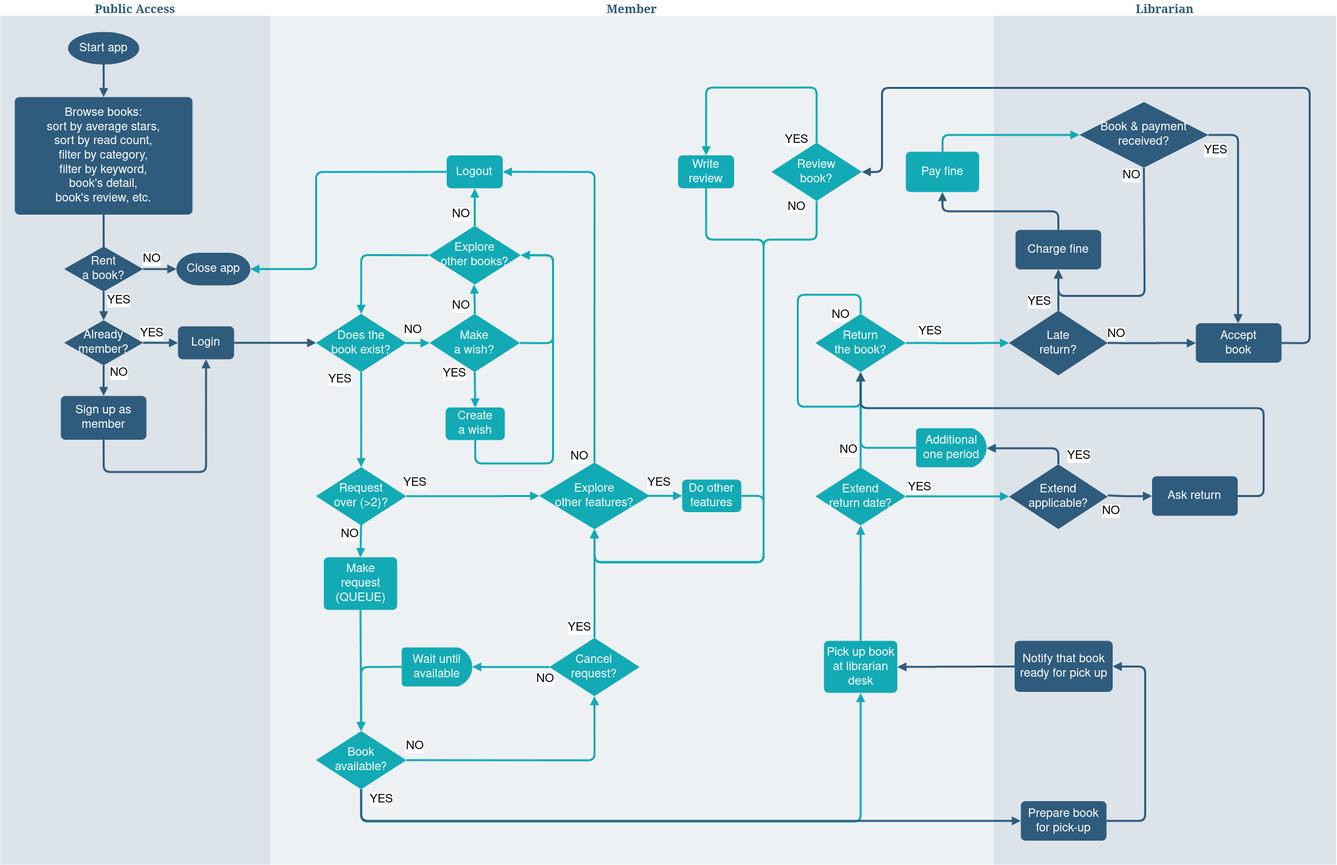
The draw.io diagram flowchart.png in bagusbpg/public-library, before a commit. Source tidied: cells renumbered, new cells last; positions are measured from the earlier drawing's top-left corner, leaving out a move shared by most shapes.
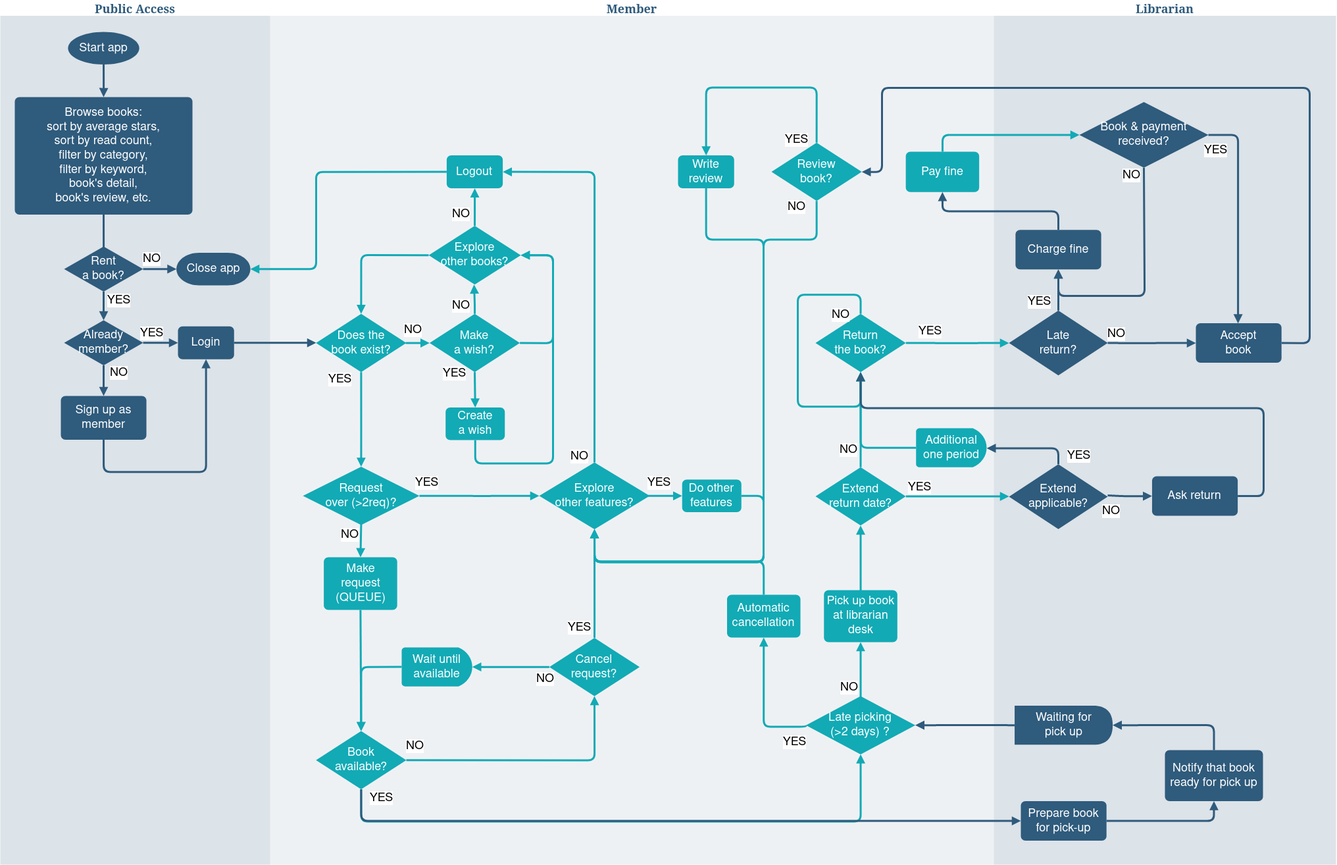
Later version of the same file.

Commit message:
request use case

Diff of the diagram source:
```diff
@@ -9,15 +9,10 @@
       <mxGeometry x="41" y="1216" width="130.2" height="60" as="geometry" />
     </mxCell>
     <mxCell id="4" value="&lt;div&gt;&lt;font style=&quot;font-size: 18px&quot;&gt;Notify that book ready for pick up&lt;br&gt;&lt;/font&gt;&lt;/div&gt;" style="rounded=1;whiteSpace=wrap;html=1;absoluteArcSize=1;arcSize=14;strokeWidth=2;shadow=0;fontFamily=Helvetica;fontSize=12;fontColor=#FFFFFF;align=center;strokeColor=none;fillColor=#2f5b7c;" parent="2" vertex="1">
-      <mxGeometry x="31.6" y="972.6" width="149" height="77.5" as="geometry" />
+      <mxGeometry x="260" y="1138.5" width="149" height="77.5" as="geometry" />
     </mxCell>
-    <mxCell id="5" style="edgeStyle=segmentEdgeStyle;strokeColor=#2F5B7C;strokeWidth=3;html=1;endArrow=block;endFill=1;exitX=1;exitY=0.5;exitDx=0;exitDy=0;entryX=1;entryY=0.5;entryDx=0;entryDy=0;" parent="2" edge="1" source="3" target="4">
-      <mxGeometry x="0.78" y="74" relative="1" as="geometry">
-        <Array as="points">
-          <mxPoint x="230" y="1246" />
-          <mxPoint x="230" y="1011" />
-        </Array>
-      </mxGeometry>
+    <mxCell id="5" style="edgeStyle=segmentEdgeStyle;strokeColor=#2F5B7C;strokeWidth=3;html=1;endArrow=block;endFill=1;exitX=1;exitY=0.5;exitDx=0;exitDy=0;entryX=0.5;entryY=1;entryDx=0;entryDy=0;" parent="2" edge="1" source="3" target="4">
+      <mxGeometry x="0.78" y="74" relative="1" as="geometry" />
     </mxCell>
     <mxCell id="6" value="&lt;font style=&quot;font-size: 18px&quot;&gt;Book &amp;amp; payment&lt;br&gt;received?&lt;br&gt;&lt;/font&gt;" style="strokeWidth=2;html=1;shape=mxgraph.flowchart.decision;whiteSpace=wrap;shadow=0;fontFamily=Helvetica;fontSize=12;fontColor=#FFFFFF;align=center;strokeColor=none;fillColor=#2f5b7c;" parent="2" vertex="1">
       <mxGeometry x="130" y="154.1" width="196" height="99.8" as="geometry" />
@@ -43,6 +38,16 @@
         </Array>
       </mxGeometry>
     </mxCell>
+    <mxCell id="91" value="&lt;div&gt;&lt;font style=&quot;font-size: 18px&quot;&gt;Waiting for&lt;br&gt;pick up&lt;br&gt;&lt;/font&gt;&lt;/div&gt;" style="shape=delay;whiteSpace=wrap;html=1;shadow=0;fontFamily=Helvetica;fontSize=12;fontColor=#FFFFFF;align=center;strokeColor=none;strokeWidth=2;fillColor=#2f5b7c;" parent="2" vertex="1">
+      <mxGeometry x="31.6" y="1070.9" width="149" height="59.4" as="geometry" />
+    </mxCell>
+    <mxCell id="92" style="edgeStyle=segmentEdgeStyle;strokeColor=#2F5B7C;strokeWidth=3;html=1;endArrow=block;endFill=1;exitX=0.5;exitY=0;exitDx=0;exitDy=0;entryX=1;entryY=0.5;entryDx=0;entryDy=0;" parent="2" edge="1" source="4" target="91">
+      <mxGeometry x="0.78" y="74" relative="1" as="geometry">
+        <Array as="points">
+          <mxPoint x="335" y="1101" />
+        </Array>
+      </mxGeometry>
+    </mxCell>
     <mxCell id="11" value="&lt;font style=&quot;font-size: 18px&quot;&gt;Public Access&lt;br&gt;&lt;/font&gt;" style="swimlane;whiteSpace=wrap;fillColor=none;swimlaneFillColor=#BAC8D3;fontColor=#2F5B7C;fontFamily=Tahoma;html=1;strokeColor=none;opacity=50;" parent="1" vertex="1">
       <mxGeometry y="-0.5" width="410" height="1312.5" as="geometry" />
     </mxCell>
@@ -130,8 +135,8 @@
         </Array>
       </mxGeometry>
     </mxCell>
-    <mxCell id="30" value="&lt;font style=&quot;font-size: 18px&quot;&gt;Request&lt;br&gt;over (&amp;gt;2)?&lt;br&gt;&lt;/font&gt;" style="strokeWidth=2;html=1;shape=mxgraph.flowchart.decision;whiteSpace=wrap;shadow=0;fontFamily=Helvetica;fontSize=12;fontColor=#FFFFFF;align=center;strokeColor=none;fillColor=#12aab5;" parent="26" vertex="1">
-      <mxGeometry x="69.8" y="708.6" width="137.2" height="88.5" as="geometry" />
+    <mxCell id="30" value="&lt;font style=&quot;font-size: 18px&quot;&gt;Request&lt;br&gt;over (&amp;gt;2req)?&lt;br&gt;&lt;/font&gt;" style="strokeWidth=2;html=1;shape=mxgraph.flowchart.decision;whiteSpace=wrap;shadow=0;fontFamily=Helvetica;fontSize=12;fontColor=#FFFFFF;align=center;strokeColor=none;fillColor=#12aab5;" parent="26" vertex="1">
+      <mxGeometry x="49.9" y="708" width="177" height="88.5" as="geometry" />
     </mxCell>
     <mxCell id="31" value="&lt;font style=&quot;font-size: 18px&quot;&gt;Does the&lt;br&gt;book exist?&lt;br&gt;&lt;/font&gt;" style="strokeWidth=2;html=1;shape=mxgraph.flowchart.decision;whiteSpace=wrap;shadow=0;fontFamily=Helvetica;fontSize=12;fontColor=#FFFFFF;align=center;strokeColor=none;fillColor=#12aab5;" parent="26" vertex="1">
       <mxGeometry x="69.8" y="475.8" width="137.2" height="88.5" as="geometry" />
@@ -183,7 +188,7 @@
         </Array>
       </mxGeometry>
     </mxCell>
-    <mxCell id="43" value="&lt;font style=&quot;font-size: 18px&quot;&gt;YES&lt;/font&gt;" style="edgeStyle=segmentEdgeStyle;strokeColor=#12AAB5;strokeWidth=3;html=1;endArrow=block;endFill=1;entryX=0.5;entryY=1;entryDx=0;entryDy=0;exitX=0.5;exitY=1;exitDx=0;exitDy=0;exitPerimeter=0;" parent="26" edge="1" source="39" target="58">
+    <mxCell id="43" value="&lt;font style=&quot;font-size: 18px&quot;&gt;YES&lt;/font&gt;" style="edgeStyle=segmentEdgeStyle;strokeColor=#12AAB5;strokeWidth=3;html=1;endArrow=block;endFill=1;entryX=0.5;entryY=1;entryDx=0;entryDy=0;exitX=0.5;exitY=1;exitDx=0;exitDy=0;exitPerimeter=0;entryPerimeter=0;" parent="26" edge="1" source="39" target="93">
       <mxGeometry x="-0.97" y="31" relative="1" as="geometry">
         <Array as="points">
           <mxPoint x="138" y="1247" />
@@ -268,7 +273,7 @@
       </mxGeometry>
     </mxCell>
     <mxCell id="58" value="&lt;font style=&quot;font-size: 18px&quot;&gt;Pick up book at librarian desk&lt;br&gt;&lt;/font&gt;" style="rounded=1;whiteSpace=wrap;html=1;absoluteArcSize=1;arcSize=14;strokeWidth=2;shadow=0;fontFamily=Helvetica;fontSize=12;fontColor=#FFFFFF;align=center;strokeColor=none;fillColor=#12aab5;" parent="26" vertex="1">
-      <mxGeometry x="841.8" y="972.6" width="111.5" height="79" as="geometry" />
+      <mxGeometry x="841.8" y="895.4" width="111.5" height="79" as="geometry" />
     </mxCell>
     <mxCell id="59" value="&lt;font style=&quot;font-size: 18px&quot;&gt;NO&lt;/font&gt;" style="edgeStyle=segmentEdgeStyle;strokeColor=#12AAB5;strokeWidth=3;html=1;endArrow=block;endFill=1;entryX=1;entryY=0.5;entryDx=0;entryDy=0;exitX=0;exitY=0.5;exitDx=0;exitDy=0;exitPerimeter=0;entryPerimeter=0;" parent="26" edge="1" source="37" target="38">
       <mxGeometry x="-0.87" y="18" relative="1" as="geometry" />
@@ -276,8 +281,8 @@
     <mxCell id="60" style="edgeStyle=segmentEdgeStyle;strokeColor=#12AAB5;strokeWidth=3;html=1;endArrow=block;endFill=1;entryX=0.5;entryY=1;entryDx=0;entryDy=0;entryPerimeter=0;exitX=0.5;exitY=0;exitDx=0;exitDy=0;" parent="26" edge="1" source="58" target="51">
       <mxGeometry x="-0.63" y="19" relative="1" as="geometry">
         <Array as="points">
-          <mxPoint x="896" y="861.3" />
-          <mxPoint x="896" y="861.3" />
+          <mxPoint x="898" y="912" />
+          <mxPoint x="898" y="912" />
         </Array>
       </mxGeometry>
     </mxCell>
@@ -415,11 +420,41 @@
         <Array as="points">
           <mxPoint x="663" y="363" />
           <mxPoint x="750" y="363" />
-          <mxPoint x="750" y="853" />
-          <mxPoint x="493" y="853" />
+          <mxPoint x="750" y="852" />
+          <mxPoint x="493" y="852" />
         </Array>
       </mxGeometry>
     </mxCell>
+    <mxCell id="93" value="&lt;font style=&quot;font-size: 18px&quot;&gt;Late picking&lt;br&gt;(&amp;gt;2 days) ?&lt;br&gt;&lt;/font&gt;" style="strokeWidth=2;html=1;shape=mxgraph.flowchart.decision;whiteSpace=wrap;shadow=0;fontFamily=Helvetica;fontSize=12;fontColor=#FFFFFF;align=center;strokeColor=none;fillColor=#12aab5;" parent="26" vertex="1">
+      <mxGeometry x="814.4" y="1056.4" width="166.1" height="88.5" as="geometry" />
+    </mxCell>
+    <mxCell id="94" value="&lt;font style=&quot;font-size: 18px&quot;&gt;NO&lt;/font&gt;" style="edgeStyle=segmentEdgeStyle;strokeColor=#12AAB5;strokeWidth=3;html=1;endArrow=block;endFill=1;entryX=0.5;entryY=1;entryDx=0;entryDy=0;exitX=0.5;exitY=0;exitDx=0;exitDy=0;exitPerimeter=0;" parent="26" edge="1" source="93" target="58">
+      <mxGeometry x="0.12" y="18" relative="1" as="geometry">
+        <Array as="points">
+          <mxPoint x="897" y="1093" />
+          <mxPoint x="897" y="1093" />
+        </Array>
+      </mxGeometry>
+    </mxCell>
+    <mxCell id="95" value="&lt;font style=&quot;font-size: 18px&quot;&gt;Automatic cancellation&lt;br&gt;&lt;/font&gt;" style="rounded=1;whiteSpace=wrap;html=1;absoluteArcSize=1;arcSize=14;strokeWidth=2;shadow=0;fontFamily=Helvetica;fontSize=12;fontColor=#FFFFFF;align=center;strokeColor=none;fillColor=#12aab5;" parent="26" vertex="1">
+      <mxGeometry x="694.5" y="902.5" width="111.5" height="64.9" as="geometry" />
+    </mxCell>
+    <mxCell id="96" value="&lt;font style=&quot;font-size: 18px&quot;&gt;YES&lt;/font&gt;" style="edgeStyle=segmentEdgeStyle;strokeColor=#12AAB5;strokeWidth=3;html=1;endArrow=block;endFill=1;exitX=0;exitY=0.5;exitDx=0;exitDy=0;entryX=0.5;entryY=1;entryDx=0;entryDy=0;exitPerimeter=0;" parent="26" edge="1" source="93" target="95">
+      <mxGeometry x="-0.81" y="23" relative="1" as="geometry">
+        <Array as="points">
+          <mxPoint x="814" y="1103" />
+          <mxPoint x="750" y="1103" />
+        </Array>
+      </mxGeometry>
+    </mxCell>
+    <mxCell id="97" style="edgeStyle=segmentEdgeStyle;strokeColor=#12AAB5;strokeWidth=3;html=1;endArrow=block;endFill=1;entryX=0.5;entryY=1;entryDx=0;entryDy=0;entryPerimeter=0;exitX=0.5;exitY=0;exitDx=0;exitDy=0;" parent="26" edge="1" source="95" target="67">
+      <mxGeometry x="-0.63" y="19" relative="1" as="geometry">
+        <Array as="points">
+          <mxPoint x="750" y="852" />
+          <mxPoint x="493" y="852" />
+        </Array>
+      </mxGeometry>
+    </mxCell>
     <mxCell id="82" style="edgeStyle=segmentEdgeStyle;strokeColor=#2F5B7C;strokeWidth=3;html=1;endArrow=block;endFill=1;exitX=1;exitY=0.5;exitDx=0;exitDy=0;entryX=0;entryY=0.5;entryDx=0;entryDy=0;entryPerimeter=0;" parent="1" edge="1" source="21" target="31">
       <mxGeometry relative="1" as="geometry">
         <Array as="points">
@@ -443,10 +478,11 @@
         </Array>
       </mxGeometry>
     </mxCell>
-    <mxCell id="85" style="edgeStyle=segmentEdgeStyle;strokeColor=#2F5B7C;strokeWidth=3;html=1;endArrow=block;endFill=1;exitX=0;exitY=0.5;exitDx=0;exitDy=0;entryX=1;entryY=0.5;entryDx=0;entryDy=0;" parent="1" edge="1" source="4" target="58">
+    <mxCell id="85" style="edgeStyle=segmentEdgeStyle;strokeColor=#2F5B7C;strokeWidth=3;html=1;endArrow=block;endFill=1;entryX=1;entryY=0.5;entryDx=0;entryDy=0;entryPerimeter=0;exitX=0;exitY=0.5;exitDx=0;exitDy=0;" parent="1" edge="1" source="91" target="93">
       <mxGeometry x="0.78" y="74" relative="1" as="geometry">
         <Array as="points">
-          <mxPoint x="1542" y="1012" />
+          <mxPoint x="1510" y="1100" />
+          <mxPoint x="1510" y="1100" />
         </Array>
       </mxGeometry>
     </mxCell>
```
